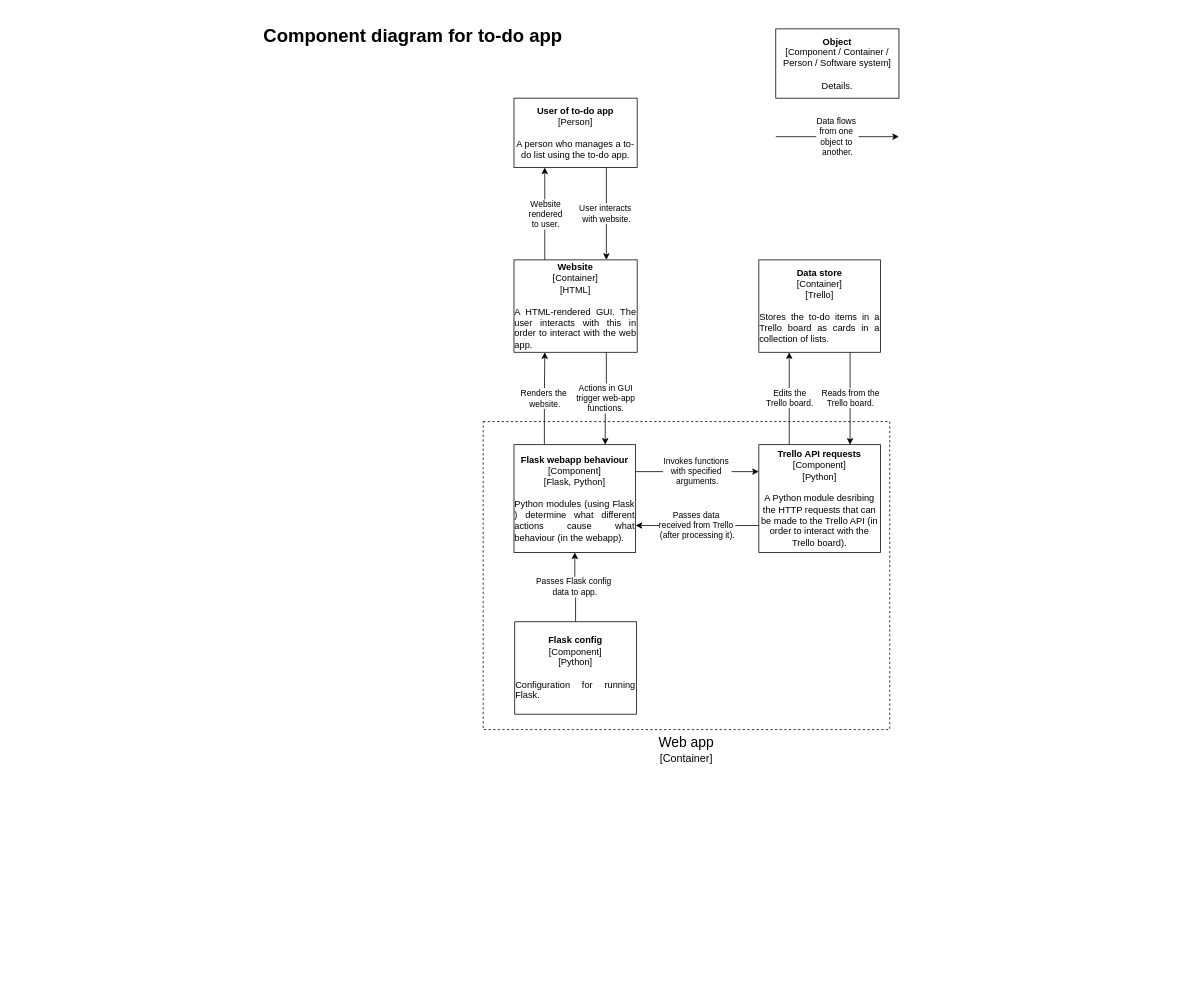
This is page "Component diagram" (3 of 3) of documentation/architecture-diagrams.drawio from SamSeed-Softwire/DevOps-Course-Starter, a draw.io file, before an edit. Source tidied: cells renumbered, new cells numbered last; positions are measured from the earlier drawing's top-left corner, leaving out a move shared by most shapes. Both pictures are drawn from the tidied source at 77%, with x=0, y=0 at pixel (259, 21).
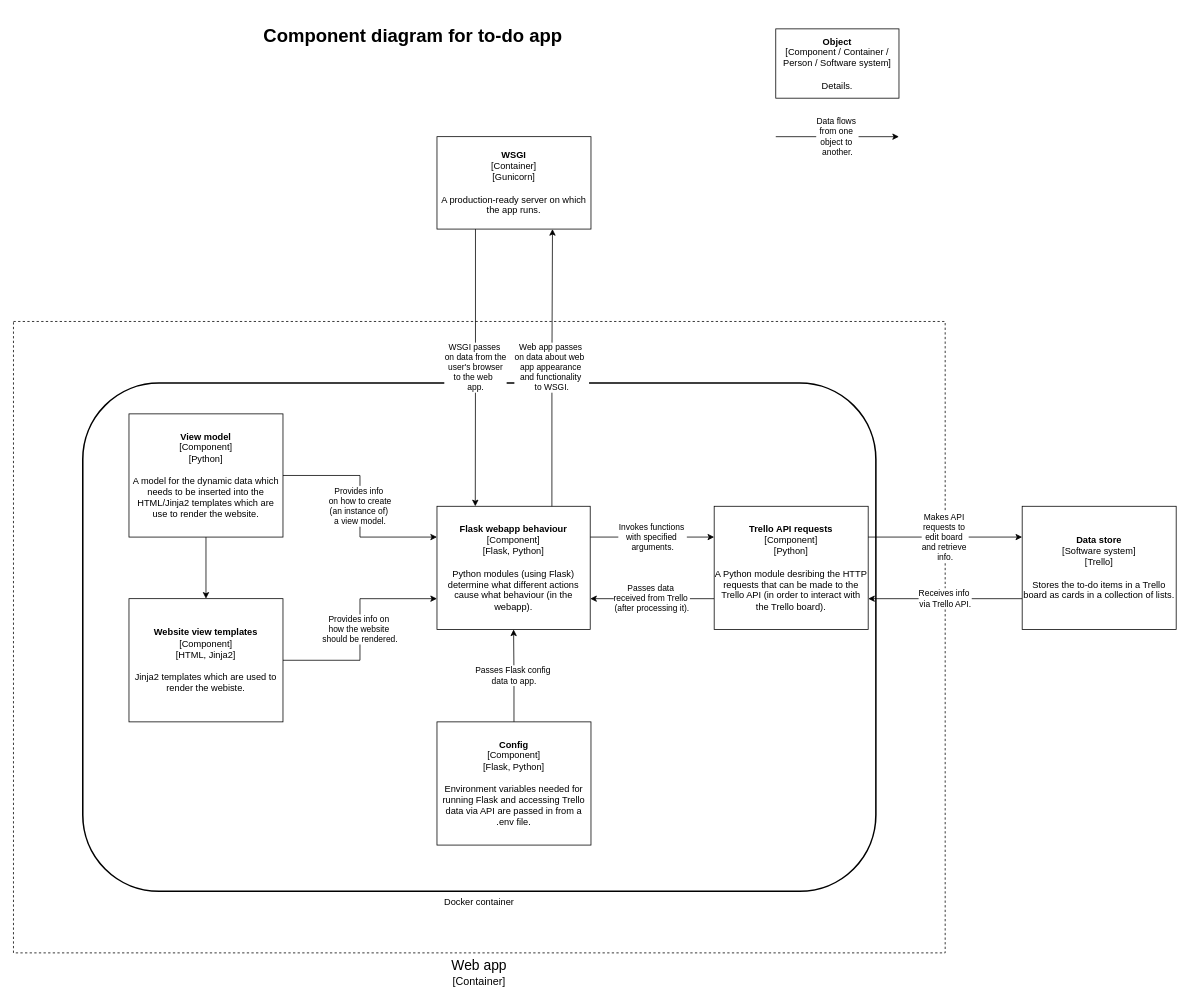
Above is the later version.

What changed in the source:
```diff
@@
     <mxCell id="2" value="&lt;span style=&quot;font-size: 18px&quot;&gt;Web app&lt;br&gt;&lt;/span&gt;&lt;font&gt;&lt;span style=&quot;font-size: 14px&quot;&gt;[Container]&lt;/span&gt;&lt;/font&gt;" style="rounded=0;whiteSpace=wrap;html=1;dashed=1;fillColor=none;labelPosition=center;verticalLabelPosition=bottom;align=center;verticalAlign=top;" parent="1" vertex="1">
-      <mxGeometry x="290" y="520" width="528" height="400" as="geometry" />
+      <mxGeometry x="-320" y="390" width="1210" height="820" as="geometry" />
     </mxCell>
-    <mxCell id="3" value="Edits the &lt;br&gt;Trello board." style="edgeStyle=orthogonalEdgeStyle;rounded=0;jettySize=auto;html=1;exitX=0.25;exitY=0;exitDx=0;exitDy=0;entryX=0.25;entryY=1;entryDx=0;entryDy=0;horizontal=1;verticalAlign=top;" parent="1" edge="1" source="21" target="7">
-      <mxGeometry x="0.33" relative="1" as="geometry" />
-    </mxCell>
-    <mxCell id="4" value="Renders the&amp;nbsp;&lt;br&gt;website." style="edgeStyle=orthogonalEdgeStyle;rounded=0;jettySize=auto;html=1;exitX=0.25;exitY=0;exitDx=0;exitDy=0;entryX=0.25;entryY=1;entryDx=0;entryDy=0;" parent="1" edge="1" source="19" target="9">
-      <mxGeometry relative="1" as="geometry" />
-    </mxCell>
@@
-    <mxCell id="6" value="Reads from the &lt;br&gt;Trello board." style="edgeStyle=orthogonalEdgeStyle;rounded=0;jettySize=auto;html=1;exitX=0.75;exitY=1;exitDx=0;exitDy=0;entryX=0.75;entryY=0;entryDx=0;entryDy=0;verticalAlign=top;" parent="1" edge="1" source="7" target="21">
-      <mxGeometry x="-0.33" relative="1" as="geometry" />
-    </mxCell>
-    <mxCell id="7" value="&lt;b&gt;Data store&lt;/b&gt;&lt;br&gt;[Container]&lt;br&gt;[Trello]&lt;br&gt;&lt;span&gt;&lt;br&gt;&lt;div style=&quot;text-align: justify&quot;&gt;&lt;span&gt;Stores the to-do items in a Trello board as cards in a collection of lists.&lt;/span&gt;&lt;/div&gt;&lt;/span&gt;" style="rounded=0;whiteSpace=wrap;html=1;" parent="1" vertex="1">
-      <mxGeometry x="648" y="310" width="158" height="120" as="geometry" />
-    </mxCell>
-    <mxCell id="8" value="Actions in GUI &lt;br&gt;trigger web-app &lt;br&gt;functions." style="edgeStyle=orthogonalEdgeStyle;rounded=0;jettySize=auto;exitX=0.75;exitY=1;exitDx=0;exitDy=0;entryX=0.75;entryY=0;entryDx=0;entryDy=0;verticalAlign=middle;html=1;" parent="1" edge="1" source="9" target="19">
-      <mxGeometry relative="1" as="geometry" />
-    </mxCell>
-    <mxCell id="9" value="&lt;b&gt;Website&lt;br&gt;&lt;/b&gt;[Container]&lt;br&gt;[HTML]&lt;br&gt;&lt;br&gt;&lt;div style=&quot;text-align: justify&quot;&gt;&lt;span&gt;A HTML-rendered GUI. The user interacts with this in order to interact with the web app.&lt;/span&gt;&lt;/div&gt;" style="rounded=0;whiteSpace=wrap;html=1;" parent="1" vertex="1">
-      <mxGeometry x="330" y="310" width="160" height="120" as="geometry" />
-    </mxCell>
-    <mxCell id="10" style="edgeStyle=orthogonalEdgeStyle;rounded=0;jettySize=auto;html=1;exitX=0.25;exitY=0;exitDx=0;exitDy=0;entryX=0.25;entryY=1;entryDx=0;entryDy=0;" parent="1" edge="1" source="9" target="13">
-      <mxGeometry relative="1" as="geometry" />
-    </mxCell>
-    <mxCell id="11" value="Website &lt;br&gt;rendered &lt;br&gt;to user." style="edgeLabel;html=1;align=center;verticalAlign=middle;" parent="10" vertex="1">
-      <mxGeometry x="0.17" relative="1" as="geometry">
-        <mxPoint y="10.3" as="offset" />
-      </mxGeometry>
-    </mxCell>
-    <mxCell id="12" value="User&amp;nbsp;interacts&amp;nbsp;&lt;br&gt;with website." style="edgeStyle=orthogonalEdgeStyle;rounded=0;jettySize=auto;html=1;exitX=0.75;exitY=1;exitDx=0;exitDy=0;entryX=0.75;entryY=0;entryDx=0;entryDy=0;" parent="1" edge="1" source="13" target="9">
-      <mxGeometry relative="1" as="geometry" />
-    </mxCell>
-    <mxCell id="13" value="&lt;b&gt;User of to-do app&lt;/b&gt;&lt;br&gt;[Person]&lt;br&gt;&lt;br&gt;A person who manages a to-do list using the to-do app." style="rounded=0;whiteSpace=wrap;html=1;" parent="1" vertex="1">
-      <mxGeometry x="330" y="100" width="160" height="90" as="geometry" />
-    </mxCell>
@@
-    <mxCell id="17" value="&lt;b&gt;Flask config&lt;/b&gt;&lt;br&gt;[Component]&lt;br&gt;[Python]&lt;br&gt;&lt;br&gt;&lt;div style=&quot;text-align: justify&quot;&gt;Configuration for running Flask.&amp;nbsp;&lt;/div&gt;" style="rounded=0;whiteSpace=wrap;html=1;" parent="1" vertex="1">
-      <mxGeometry x="331" y="780" width="158" height="120" as="geometry" />
+    <mxCell id="17" value="&lt;b&gt;Config&lt;/b&gt;&lt;br&gt;[Component]&lt;br&gt;[Flask, Python]&lt;br&gt;&lt;br&gt;&lt;div style=&quot;&quot;&gt;Environment variables needed for running Flask and accessing Trello data via API are passed in from a .env file.&lt;/div&gt;" style="rounded=0;whiteSpace=wrap;html=1;align=center;" parent="1" vertex="1">
+      <mxGeometry x="230" y="910" width="200" height="160" as="geometry" />
     </mxCell>
@@
-    <mxCell id="19" value="&lt;b&gt;Flask webapp behaviour&lt;/b&gt;&lt;br&gt;[Component]&lt;br&gt;[Flask, Python]&lt;br&gt;&lt;br&gt;&lt;div style=&quot;text-align: justify&quot;&gt;Python modules (using Flask ) determine what different actions cause what behaviour (in the webapp).&lt;/div&gt;" style="rounded=0;whiteSpace=wrap;html=1;" parent="1" vertex="1">
-      <mxGeometry x="330" y="550" width="158" height="140" as="geometry" />
+    <mxCell id="19" value="&lt;b&gt;Flask webapp behaviour&lt;/b&gt;&lt;br&gt;[Component]&lt;br&gt;[Flask, Python]&lt;br&gt;&lt;br&gt;&lt;div&gt;Python modules (using Flask) determine what different actions cause what behaviour (in the webapp).&lt;/div&gt;" style="rounded=0;whiteSpace=wrap;html=1;align=center;" parent="1" vertex="1">
+      <mxGeometry x="230" y="630" width="199" height="160" as="geometry" />
     </mxCell>
@@
     <mxCell id="21" value="&lt;b&gt;Trello API requests&lt;/b&gt;&lt;br&gt;[Component]&lt;br&gt;[Python]&lt;br&gt;&lt;br&gt;A Python module desribing the HTTP requests that can be made to the Trello API (in order to interact with the Trello board)." style="rounded=0;whiteSpace=wrap;html=1;" parent="1" vertex="1">
-      <mxGeometry x="648" y="550" width="158" height="140" as="geometry" />
+      <mxGeometry x="590" y="630" width="200" height="160" as="geometry" />
     </mxCell>
+    <mxCell id="22" value="Docker container" style="rounded=1;whiteSpace=wrap;html=1;strokeWidth=2;align=center;fillColor=none;glass=0;labelPosition=center;verticalLabelPosition=bottom;verticalAlign=top;" parent="1" vertex="1">
+      <mxGeometry x="-230" y="470" width="1030" height="660" as="geometry" />
+    </mxCell>
+    <mxCell id="23" value="WSGI passes&amp;nbsp;&lt;br&gt;on data from the &lt;br&gt;user's browser &lt;br&gt;to the web&amp;nbsp;&amp;nbsp;&lt;br&gt;app." style="edgeStyle=orthogonalEdgeStyle;rounded=0;jettySize=auto;html=1;exitX=0.25;exitY=1;exitDx=0;exitDy=0;entryX=0.25;entryY=0;entryDx=0;entryDy=0;" parent="1" edge="1" source="27" target="19">
+      <mxGeometry relative="1" as="geometry" />
+    </mxCell>
+    <mxCell id="24" value="Receives info&amp;nbsp;&lt;br&gt;via Trello API." style="edgeStyle=orthogonalEdgeStyle;rounded=0;jettySize=auto;html=1;exitX=0;exitY=0.75;exitDx=0;exitDy=0;entryX=1;entryY=0.75;entryDx=0;entryDy=0;" parent="1" edge="1" source="25" target="21">
+      <mxGeometry relative="1" as="geometry" />
+    </mxCell>
+    <mxCell id="25" value="&lt;b&gt;Data store&lt;/b&gt;&lt;br&gt;[Software system]&lt;br&gt;[Trello]&lt;br&gt;&lt;span&gt;&lt;br&gt;&lt;div&gt;&lt;span&gt;Stores the to-do items in a Trello board as cards in a collection of lists.&lt;/span&gt;&lt;/div&gt;&lt;/span&gt;" style="rounded=0;whiteSpace=wrap;html=1;align=center;" parent="1" vertex="1">
+      <mxGeometry x="990" y="630" width="200" height="160" as="geometry" />
+    </mxCell>
+    <mxCell id="26" value="Web app passes&amp;nbsp;&lt;br&gt;on data about web&amp;nbsp;&amp;nbsp;&lt;br&gt;app appearance&amp;nbsp;&lt;br&gt;and functionality&amp;nbsp;&lt;br&gt;to WSGI." style="edgeStyle=orthogonalEdgeStyle;rounded=0;jettySize=auto;exitX=0.75;exitY=0;exitDx=0;exitDy=0;entryX=0.75;entryY=1;entryDx=0;entryDy=0;verticalAlign=middle;html=1;" parent="1" edge="1" source="19" target="27">
+      <mxGeometry relative="1" as="geometry" />
+    </mxCell>
+    <mxCell id="27" value="&lt;b&gt;WSGI&lt;/b&gt;&lt;br&gt;[Container]&lt;br&gt;[Gunicorn]&lt;br&gt;&lt;br&gt;&lt;div&gt;A production-ready server on which the app runs.&lt;/div&gt;" style="rounded=0;whiteSpace=wrap;html=1;align=center;" parent="1" vertex="1">
+      <mxGeometry x="230" y="150" width="200" height="120" as="geometry" />
+    </mxCell>
+    <mxCell id="28" value="Makes API&amp;nbsp;&lt;br&gt;requests to&amp;nbsp;&lt;br&gt;edit board&amp;nbsp;&lt;br&gt;and retrieve&amp;nbsp;&lt;br&gt;info." style="edgeStyle=orthogonalEdgeStyle;rounded=0;jettySize=auto;html=1;exitX=1;exitY=0.25;exitDx=0;exitDy=0;entryX=0;entryY=0.25;entryDx=0;entryDy=0;" parent="1" edge="1" source="21" target="25">
+      <mxGeometry relative="1" as="geometry" />
+    </mxCell>
+    <mxCell id="29" value="Provides info&amp;nbsp;&lt;br&gt;on how to create &lt;br&gt;(an&amp;nbsp;instance of)&amp;nbsp;&lt;br&gt;a view model." style="edgeStyle=orthogonalEdgeStyle;rounded=0;jettySize=auto;html=1;exitX=1;exitY=0.5;exitDx=0;exitDy=0;entryX=0;entryY=0.25;entryDx=0;entryDy=0;fontSize=11;" parent="1" edge="1" source="31" target="19">
+      <mxGeometry relative="1" as="geometry" />
+    </mxCell>
+    <mxCell id="30" style="edgeStyle=orthogonalEdgeStyle;rounded=0;jettySize=auto;html=1;fontSize=11;" parent="1" edge="1" source="31" target="33">
+      <mxGeometry relative="1" as="geometry" />
+    </mxCell>
+    <mxCell id="31" value="&lt;b&gt;View model&lt;/b&gt;&lt;br&gt;[Component]&lt;br&gt;[Python]&lt;br&gt;&lt;br&gt;A model for the dynamic data which needs to be inserted into the HTML/Jinja2 templates which are use to render the website." style="rounded=0;whiteSpace=wrap;html=1;align=center;" parent="1" vertex="1">
+      <mxGeometry x="-170" y="510" width="200" height="160" as="geometry" />
+    </mxCell>
+    <mxCell id="32" value="Provides info on&amp;nbsp;&lt;br&gt;how the website&amp;nbsp;&lt;br&gt;should be rendered." style="edgeStyle=orthogonalEdgeStyle;rounded=0;jettySize=auto;html=1;exitX=1;exitY=0.5;exitDx=0;exitDy=0;entryX=0;entryY=0.75;entryDx=0;entryDy=0;fontSize=11;" parent="1" edge="1" source="33" target="19">
+      <mxGeometry relative="1" as="geometry" />
+    </mxCell>
+    <mxCell id="33" value="&lt;b&gt;Website view templates&lt;/b&gt;&lt;br&gt;[Component]&lt;br&gt;[HTML, Jinja2]&lt;br&gt;&lt;br&gt;Jinja2 templates which are used to render the webiste." style="rounded=0;whiteSpace=wrap;html=1;align=center;" parent="1" vertex="1">
+      <mxGeometry x="-170" y="750" width="200" height="160" as="geometry" />
+    </mxCell>
```
